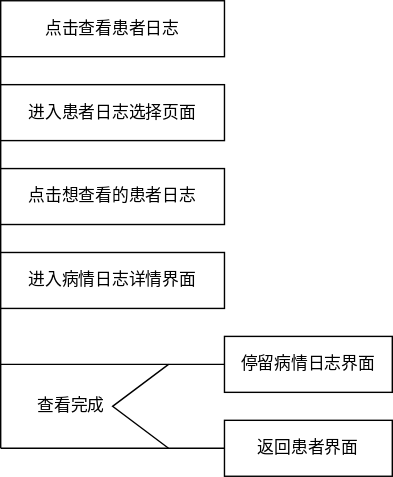
zylMozart/HospitalManagement keeps this draw.io diagram as img/Detail/Patient_Log.drawio.svg. Above is the earlier version. Source tidied: cells renumbered, new cells last; positions are measured from the earlier drawing's top-left corner, leaving out a move shared by most shapes.
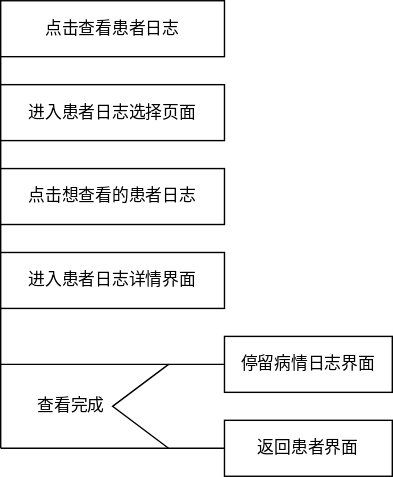
Later version of the same file.

The edit, as a diff of the source:
```diff
@@ -16,7 +16,7 @@
     <mxCell id="5" value="点击想查看的患者日志" style="rounded=0;whiteSpace=wrap;html=1;" parent="1" vertex="1">
       <mxGeometry y="120" width="160" height="40" as="geometry" />
     </mxCell>
-    <mxCell id="6" value="进入病情日志详情界面" style="rounded=0;whiteSpace=wrap;html=1;" parent="1" vertex="1">
+    <mxCell id="6" value="进入患者日志详情界面" style="rounded=0;whiteSpace=wrap;html=1;" parent="1" vertex="1">
       <mxGeometry y="180" width="160" height="40" as="geometry" />
     </mxCell>
     <mxCell id="7" style="edgeStyle=none;rounded=0;jettySize=auto;html=1;exitX=0;exitY=0.5;exitDx=0;exitDy=0;endArrow=none;endFill=0;" parent="1" edge="1" source="8">
```
